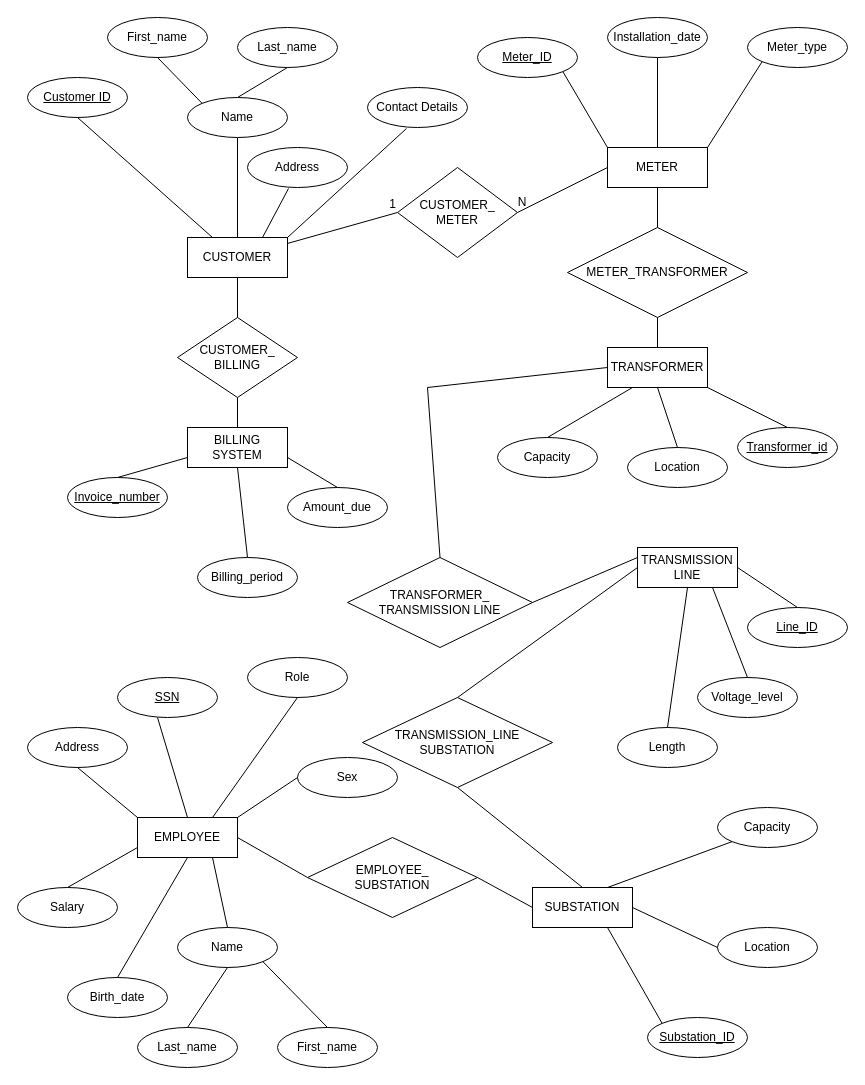
Before: ECG Entity Relationship Diagram.drawio in Frederick-Teye/ECG-Entity-Relationship-Diagram, a draw.io diagram. Source tidied: cells renumbered, new cells numbered last; positions are measured from the earlier drawing's top-left corner, leaving out a move shared by most shapes. Both pictures are drawn from the tidied source at 100%, with x=0, y=0 at pixel (17, 17).
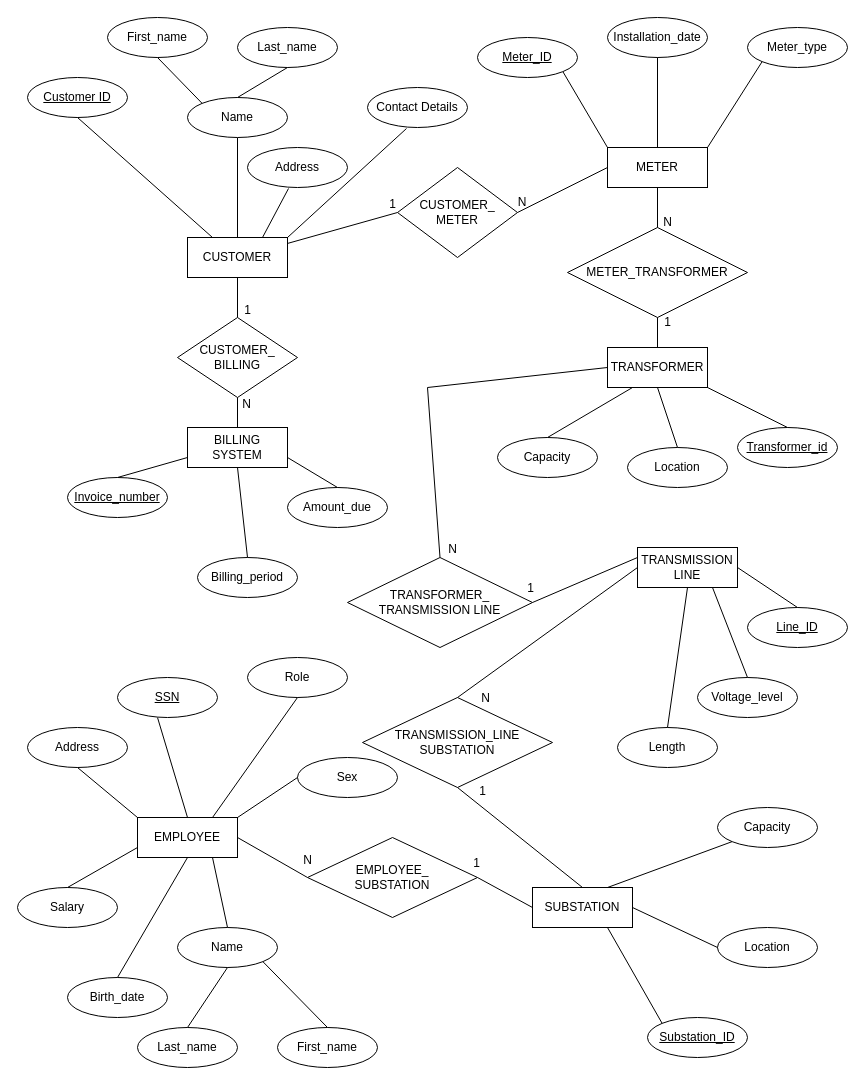
Above is the later version.

Commit message:
Add cardinality ratios to each relationship

Change to the diagram source:
```diff
@@
+    <mxCell id="89" value="N" style="text;html=1;align=center;verticalAlign=middle;strokeColor=none;fillColor=none;" parent="1" vertex="1">
+      <mxGeometry x="635" y="190" width="30" height="30" as="geometry" />
+    </mxCell>
+    <mxCell id="90" value="1" style="text;html=1;align=center;verticalAlign=middle;strokeColor=none;fillColor=none;" parent="1" vertex="1">
+      <mxGeometry x="635" y="290" width="30" height="30" as="geometry" />
+    </mxCell>
+    <mxCell id="91" value="1" style="text;html=1;align=center;verticalAlign=middle;strokeColor=none;fillColor=none;" parent="1" vertex="1">
+      <mxGeometry x="215" y="278" width="30" height="30" as="geometry" />
+    </mxCell>
+    <mxCell id="92" value="N" style="text;html=1;align=center;verticalAlign=middle;strokeColor=none;fillColor=none;" parent="1" vertex="1">
+      <mxGeometry x="214" y="372" width="30" height="30" as="geometry" />
+    </mxCell>
+    <mxCell id="93" value="N" style="text;html=1;align=center;verticalAlign=middle;strokeColor=none;fillColor=none;" parent="1" vertex="1">
+      <mxGeometry x="420" y="517" width="30" height="30" as="geometry" />
+    </mxCell>
+    <mxCell id="94" value="1" style="text;html=1;align=center;verticalAlign=middle;strokeColor=none;fillColor=none;" parent="1" vertex="1">
+      <mxGeometry x="498" y="556" width="30" height="30" as="geometry" />
+    </mxCell>
+    <mxCell id="95" value="N" style="text;html=1;align=center;verticalAlign=middle;strokeColor=none;fillColor=none;" parent="1" vertex="1">
+      <mxGeometry x="453" y="666" width="30" height="30" as="geometry" />
+    </mxCell>
+    <mxCell id="96" value="1" style="text;html=1;align=center;verticalAlign=middle;strokeColor=none;fillColor=none;" parent="1" vertex="1">
+      <mxGeometry x="450" y="759" width="30" height="30" as="geometry" />
+    </mxCell>
+    <mxCell id="97" value="N" style="text;html=1;align=center;verticalAlign=middle;strokeColor=none;fillColor=none;" parent="1" vertex="1">
+      <mxGeometry x="275" y="828" width="30" height="30" as="geometry" />
+    </mxCell>
+    <mxCell id="98" value="1" style="text;html=1;align=center;verticalAlign=middle;strokeColor=none;fillColor=none;" parent="1" vertex="1">
+      <mxGeometry x="444" y="831" width="30" height="30" as="geometry" />
+    </mxCell>
```
